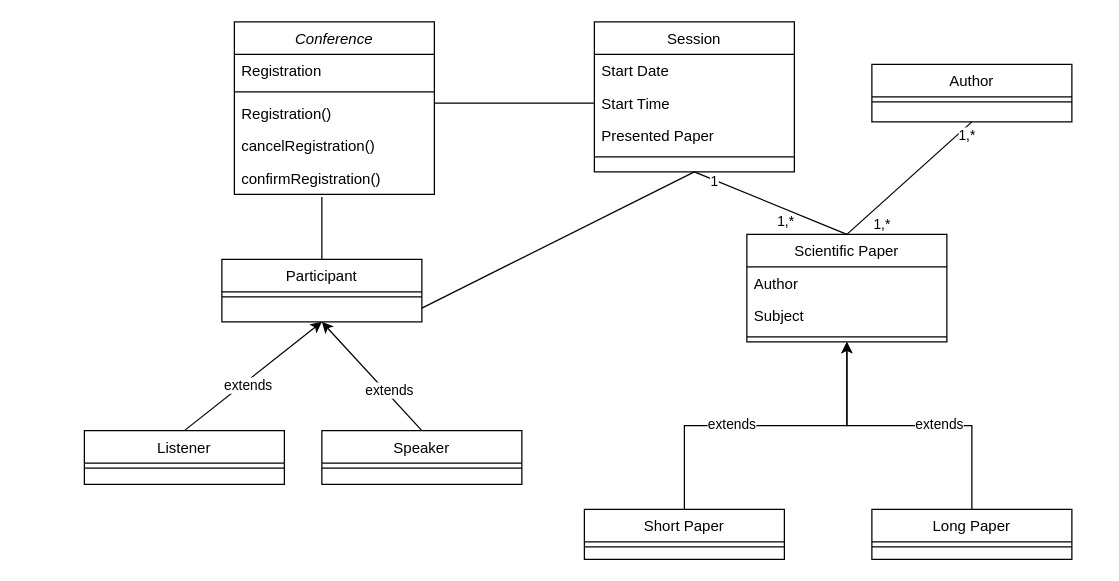
Before: ex5.drawio in lopez-gina/Jenkins1, a draw.io diagram. Source tidied: cells renumbered, new cells numbered last; positions are measured from the earlier drawing's top-left corner, leaving out a move shared by most shapes. Both pictures are drawn from the tidied source at 125%, with x=0, y=0 at pixel (84, 21).
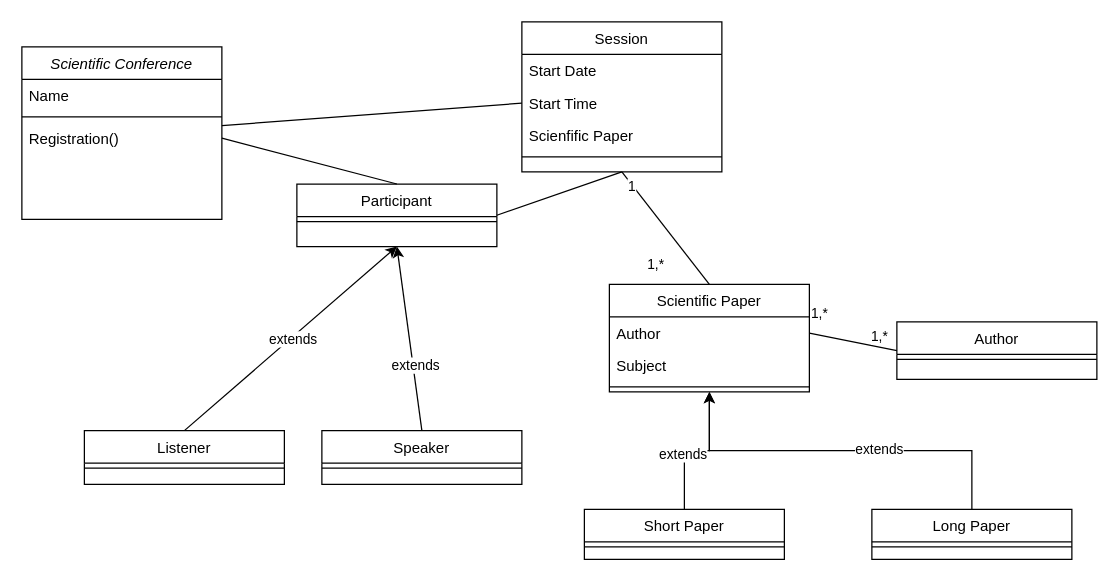
Above is the later version.

The change refers to these unchanged cells:
```xml
<mxCell id="5" value="Registration()" style="text;align=left;verticalAlign=top;spacingLeft=4;spacingRight=4;overflow=hidden;points=[[0,0.5],[1,0.5]];portConstraint=eastwest;" parent="2" vertex="1">
  <mxGeometry y="60" width="160" height="26" as="geometry" />
</mxCell>
<mxCell id="14" value="Start Time" style="text;align=left;verticalAlign=top;spacingLeft=4;spacingRight=4;overflow=hidden;points=[[0,0.5],[1,0.5]];portConstraint=eastwest;rounded=0;shadow=0;html=0;" parent="12" vertex="1">
  <mxGeometry y="52" width="160" height="26" as="geometry" />
</mxCell>
<mxCell id="20" value="Author" style="text;align=left;verticalAlign=top;spacingLeft=4;spacingRight=4;overflow=hidden;points=[[0,0.5],[1,0.5]];portConstraint=eastwest;" parent="19" vertex="1">
  <mxGeometry y="26" width="160" height="26" as="geometry" />
</mxCell>
```

Change to the diagram source:
```diff
@@
-    <mxCell id="2" value="Conference" style="swimlane;fontStyle=2;align=center;verticalAlign=top;horizontal=1;startSize=26;rounded=0;shadow=0;strokeWidth=1;" parent="1" vertex="1">
-      <mxGeometry x="120" width="160" height="138" as="geometry" />
+    <mxCell id="2" value="Scientific Conference" style="swimlane;fontStyle=2;align=center;verticalAlign=top;horizontal=1;startSize=26;rounded=0;shadow=0;strokeWidth=1;" parent="1" vertex="1">
+      <mxGeometry x="-50" y="20" width="160" height="138" as="geometry" />
     </mxCell>
-    <mxCell id="3" value="Registration" style="text;align=left;verticalAlign=top;spacingLeft=4;spacingRight=4;overflow=hidden;" parent="2" vertex="1">
+    <mxCell id="3" value="Name" style="text;align=left;verticalAlign=top;spacingLeft=4;spacingRight=4;overflow=hidden;" parent="2" vertex="1">
       <mxGeometry y="26" width="160" height="26" as="geometry" />
     </mxCell>
@@
-    <mxCell id="6" value="cancelRegistration()" style="text;align=left;verticalAlign=top;spacingLeft=4;spacingRight=4;overflow=hidden;" parent="2" vertex="1">
-      <mxGeometry y="86" width="160" height="26" as="geometry" />
-    </mxCell>
-    <mxCell id="7" value="confirmRegistration()" style="text;align=left;verticalAlign=top;spacingLeft=4;spacingRight=4;overflow=hidden;" parent="2" vertex="1">
-      <mxGeometry y="112" width="160" height="26" as="geometry" />
-    </mxCell>
@@
     <mxCell id="12" value="Session" style="swimlane;fontStyle=0;align=center;verticalAlign=top;horizontal=1;startSize=26;rounded=0;shadow=0;strokeWidth=1;" parent="1" vertex="1">
-      <mxGeometry x="408" width="160" height="120" as="geometry" />
+      <mxGeometry x="350" width="160" height="120" as="geometry" />
     </mxCell>
@@
-    <mxCell id="15" value="Presented Paper" style="text;align=left;verticalAlign=top;spacingLeft=4;spacingRight=4;overflow=hidden;rounded=0;shadow=0;html=0;" parent="12" vertex="1">
+    <mxCell id="15" value="Scienfific Paper" style="text;align=left;verticalAlign=top;spacingLeft=4;spacingRight=4;overflow=hidden;rounded=0;shadow=0;html=0;" parent="12" vertex="1">
       <mxGeometry y="78" width="160" height="26" as="geometry" />
     </mxCell>
@@
     <mxCell id="17" value="Author" style="swimlane;fontStyle=0;align=center;verticalAlign=top;horizontal=1;startSize=26;rounded=0;shadow=0;strokeWidth=1;" parent="1" vertex="1">
-      <mxGeometry x="630" y="34" width="160" height="46" as="geometry" />
+      <mxGeometry x="650" y="240" width="160" height="46" as="geometry" />
     </mxCell>
@@
     <mxCell id="19" value="Scientific Paper" style="swimlane;fontStyle=0;align=center;verticalAlign=top;horizontal=1;startSize=26;rounded=0;shadow=0;strokeWidth=1;" parent="1" vertex="1">
-      <mxGeometry x="530" y="170" width="160" height="86" as="geometry" />
+      <mxGeometry x="420" y="210" width="160" height="86" as="geometry" />
     </mxCell>
@@
     <mxCell id="31" value="Participant" style="swimlane;fontStyle=0;align=center;verticalAlign=top;horizontal=1;startSize=26;rounded=0;shadow=0;strokeWidth=1;" parent="1" vertex="1">
-      <mxGeometry x="110" y="190" width="160" height="50" as="geometry" />
+      <mxGeometry x="170" y="129.7" width="160" height="50" as="geometry" />
     </mxCell>
@@
-    <mxCell id="33" style="endArrow=none;html=1;rounded=0;exitX=0.5;exitY=0;exitDx=0;exitDy=0;" parent="1" edge="1" source="31">
-      <mxGeometry relative="1" as="geometry">
-        <mxPoint x="190" y="140" as="targetPoint" />
-      </mxGeometry>
+    <mxCell id="33" style="endArrow=none;html=1;rounded=0;exitX=0.5;exitY=0;exitDx=0;exitDy=0;entryX=1;entryY=0.5;entryDx=0;entryDy=0;" parent="1" edge="1" source="31" target="5">
+      <mxGeometry relative="1" as="geometry" />
     </mxCell>
-    <mxCell id="34" style="endArrow=none;html=1;rounded=0;entryX=0.5;entryY=1;entryDx=0;entryDy=0;exitX=0.5;exitY=0;exitDx=0;exitDy=0;" parent="1" edge="1" source="19" target="17">
-      <mxGeometry relative="1" as="geometry" />
+    <mxCell id="34" style="endArrow=none;html=1;rounded=0;exitX=1;exitY=0.5;exitDx=0;exitDy=0;" parent="1" edge="1" source="20">
+      <mxGeometry relative="1" as="geometry">
+        <mxPoint x="650" y="263" as="targetPoint" />
+      </mxGeometry>
     </mxCell>
@@
-    <mxCell id="42" style="endArrow=none;html=1;rounded=0;exitX=1;exitY=0.5;exitDx=0;exitDy=0;entryX=0.5;entryY=1;entryDx=0;entryDy=0;" parent="1" edge="1" target="12">
-      <mxGeometry relative="1" as="geometry">
-        <mxPoint x="270" y="229" as="sourcePoint" />
-      </mxGeometry>
+    <mxCell id="42" style="endArrow=none;html=1;rounded=0;exitX=1;exitY=0.5;exitDx=0;exitDy=0;entryX=0.5;entryY=1;entryDx=0;entryDy=0;" parent="1" edge="1" source="31" target="12">
+      <mxGeometry relative="1" as="geometry" />
     </mxCell>
     <mxCell id="43" value="1,*" style="edgeLabel;html=1;align=center;verticalAlign=middle;" parent="1" vertex="1">
-      <mxGeometry x="580" y="169.7" as="geometry">
+      <mxGeometry x="530" y="240" as="geometry">
         <mxPoint x="57" y="-8" as="offset" />
       </mxGeometry>
     </mxCell>
     <mxCell id="44" value="1,*" style="edgeLabel;html=1;align=center;verticalAlign=middle;" parent="1" vertex="1">
-      <mxGeometry x="590" y="179.7" as="geometry">
+      <mxGeometry x="520" y="340" as="geometry">
         <mxPoint x="115" y="-89" as="offset" />
       </mxGeometry>
     </mxCell>
-    <mxCell id="45" style="endArrow=none;html=1;rounded=0;entryX=0;entryY=0.5;entryDx=0;entryDy=0;" parent="1" edge="1" target="14">
-      <mxGeometry relative="1" as="geometry">
-        <mxPoint x="280" y="65" as="sourcePoint" />
-      </mxGeometry>
+    <mxCell id="45" style="endArrow=none;html=1;rounded=0;entryX=0;entryY=0.5;entryDx=0;entryDy=0;" parent="1" edge="1" source="2" target="14">
+      <mxGeometry relative="1" as="geometry" />
     </mxCell>
```
